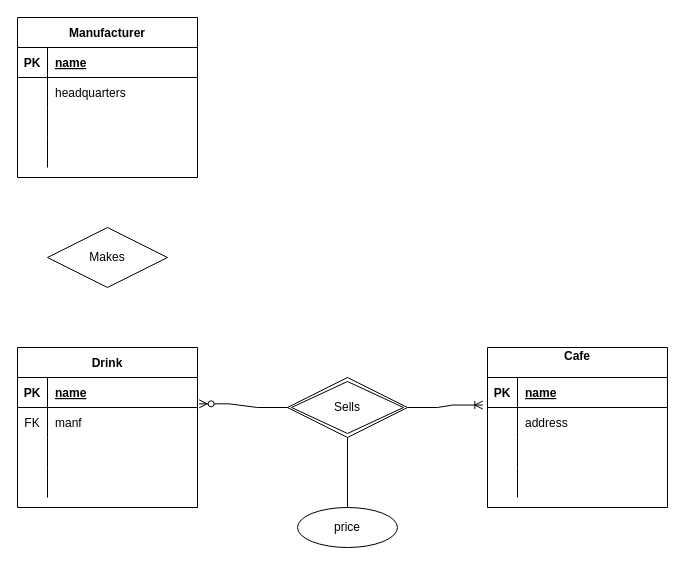
Above: cs348HW4.drawio in dMahra/UCIwineAnalysis (draw.io), before the change. Source tidied: cells renumbered, new cells numbered last; positions are measured from the earlier drawing's top-left corner, leaving out a move shared by most shapes. Both pictures are drawn from the tidied source at 100%, with x=0, y=0 at pixel (17, 17).
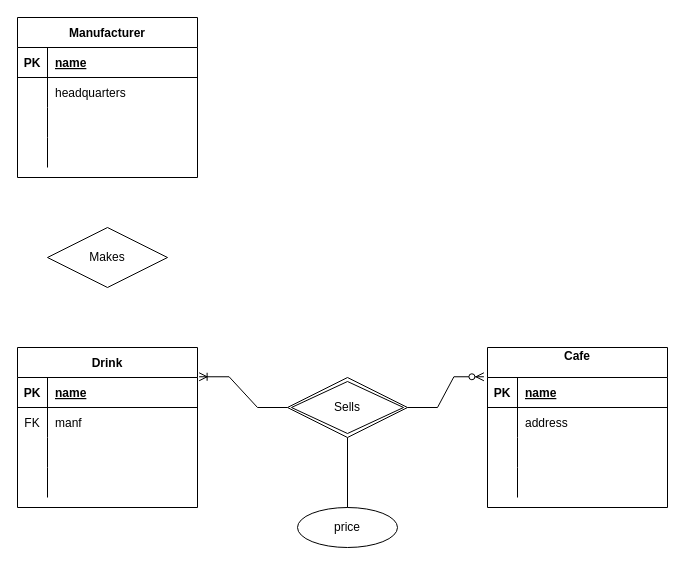
The same page after the edit.

Unchanged cells that the change refers to:
```xml
<mxCell id="16" style="shape=tableRow;horizontal=0;startSize=0;swimlaneHead=0;swimlaneBody=0;fillColor=none;points=[[0,0.5],[1,0.5]];portConstraint=eastwest;top=0;left=0;right=0;bottom=1;" parent="15" vertex="1">
  <mxGeometry y="30" width="180" height="30" as="geometry" />
</mxCell>
<mxCell id="19" style="shape=tableRow;horizontal=0;startSize=0;swimlaneHead=0;swimlaneBody=0;fillColor=none;points=[[0,0.5],[1,0.5]];portConstraint=eastwest;top=0;left=0;right=0;bottom=0;" parent="15" vertex="1">
  <mxGeometry y="60" width="180" height="30" as="geometry" />
</mxCell>
<mxCell id="29" style="shape=tableRow;horizontal=0;startSize=0;swimlaneHead=0;swimlaneBody=0;fillColor=none;points=[[0,0.5],[1,0.5]];portConstraint=eastwest;top=0;left=0;right=0;bottom=1;" parent="28" vertex="1">
  <mxGeometry y="30" width="180" height="30" as="geometry" />
</mxCell>
<mxCell id="32" style="shape=tableRow;horizontal=0;startSize=0;swimlaneHead=0;swimlaneBody=0;fillColor=none;points=[[0,0.5],[1,0.5]];portConstraint=eastwest;top=0;left=0;right=0;bottom=0;" parent="28" vertex="1">
  <mxGeometry y="60" width="180" height="30" as="geometry" />
</mxCell>
<mxCell id="45" value="Sells" style="shape=rhombus;double=1;perimeter=rhombusPerimeter;whiteSpace=wrap;html=1;align=center;" parent="1" vertex="1">
  <mxGeometry x="270" y="360" width="120" height="60" as="geometry" />
</mxCell>
```

The edit, as a diff of the source:
```diff
@@
-    <mxCell id="44" style="edgeStyle=entityRelationEdgeStyle;fontSize=12;html=1;endArrow=ERoneToMany;startArrow=none;rounded=0;entryX=-0.026;entryY=-0.082;entryDx=0;entryDy=0;entryPerimeter=0;exitX=1;exitY=0.5;exitDx=0;exitDy=0;" parent="1" edge="1" source="45" target="32">
-      <mxGeometry relative="1" as="geometry" />
-    </mxCell>
@@
-    <mxCell id="46" style="edgeStyle=entityRelationEdgeStyle;fontSize=12;html=1;endArrow=none;startArrow=ERzeroToMany;rounded=0;entryX=0;entryY=0.5;entryDx=0;entryDy=0;exitX=1.009;exitY=-0.122;exitDx=0;exitDy=0;exitPerimeter=0;" parent="1" edge="1" source="19" target="45">
-      <mxGeometry relative="1" as="geometry" />
-    </mxCell>
+    <mxCell id="47" style="edgeStyle=entityRelationEdgeStyle;fontSize=12;html=1;endArrow=ERzeroToMany;endFill=1;rounded=0;entryX=-0.02;entryY=-0.024;entryDx=0;entryDy=0;entryPerimeter=0;exitX=1;exitY=0.5;exitDx=0;exitDy=0;" parent="1" edge="1" source="45" target="29">
+      <mxGeometry relative="1" as="geometry" />
+    </mxCell>
+    <mxCell id="48" style="edgeStyle=entityRelationEdgeStyle;fontSize=12;html=1;endArrow=ERoneToMany;rounded=0;entryX=1.009;entryY=-0.024;entryDx=0;entryDy=0;entryPerimeter=0;exitX=0;exitY=0.5;exitDx=0;exitDy=0;" parent="1" edge="1" source="45" target="16">
+      <mxGeometry relative="1" as="geometry" />
+    </mxCell>
```
